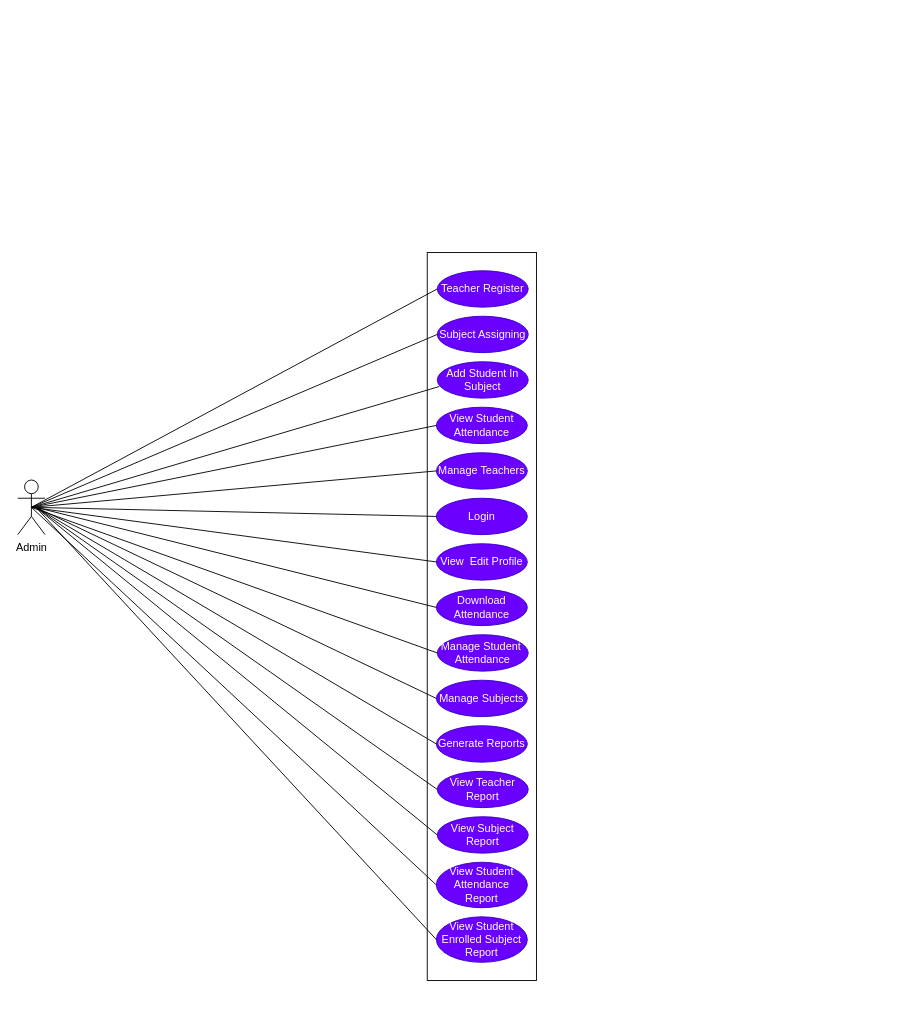
Before: final_systen_case.drawio in Muradali-786/fyp-thesis, a draw.io diagram. Source tidied: cells renumbered, new cells numbered last; positions are measured from the earlier drawing's top-left corner, leaving out a move shared by most shapes. Both pictures are drawn from the tidied source at 91%, with x=0, y=0 at pixel (17, 252).
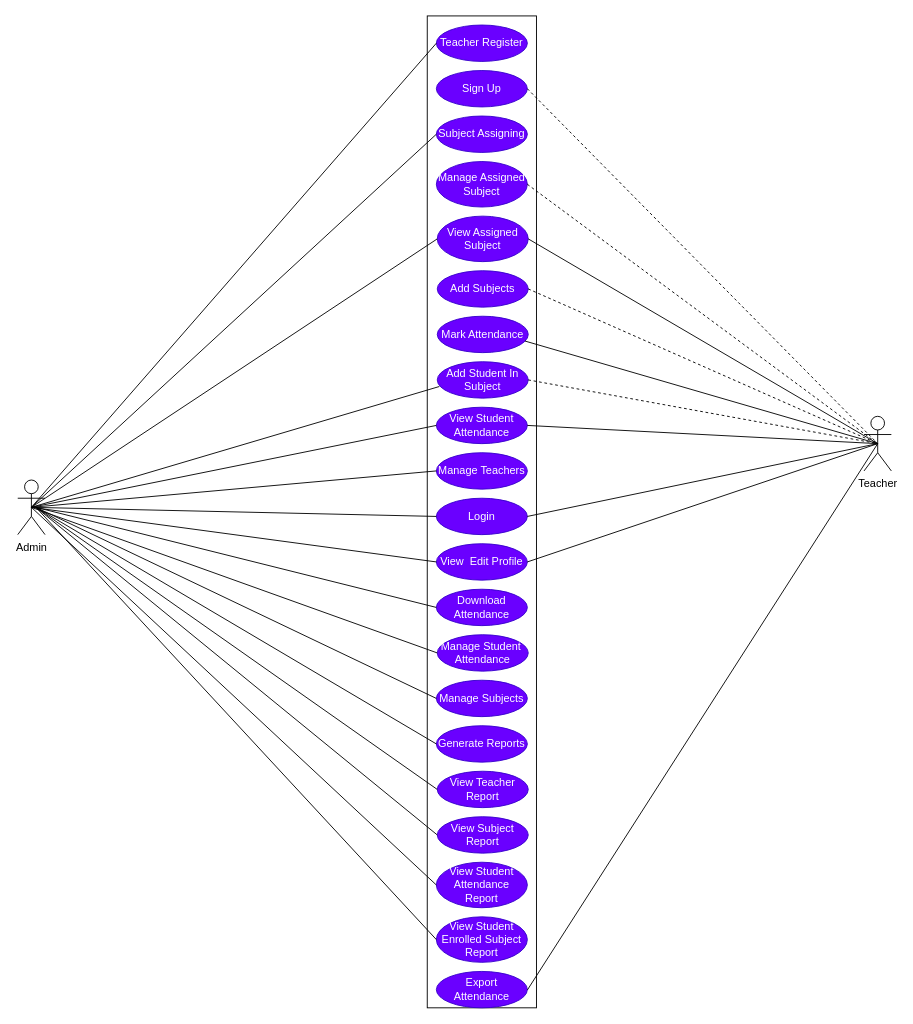
After the change.

Commit message (it also covers changes not shown here):
erd and thesis re-correct

The change refers to these unchanged cells:
```xml
<mxCell id="5" value="Add Student In Subject" style="ellipse;whiteSpace=wrap;html=1;align=center;newEdgeStyle={&quot;edgeStyle&quot;:&quot;entityRelationEdgeStyle&quot;,&quot;startArrow&quot;:&quot;none&quot;,&quot;endArrow&quot;:&quot;none&quot;,&quot;segment&quot;:10,&quot;curved&quot;:1,&quot;sourcePerimeterSpacing&quot;:0,&quot;targetPerimeterSpacing&quot;:0};fillColor=#6a00ff;fontColor=#ffffff;strokeColor=#3700CC;" parent="1" vertex="1">
  <mxGeometry x="461" y="120" width="100" height="40" as="geometry" />
</mxCell>
<mxCell id="6" value="View Student Attendance" style="ellipse;whiteSpace=wrap;html=1;align=center;newEdgeStyle={&quot;edgeStyle&quot;:&quot;entityRelationEdgeStyle&quot;,&quot;startArrow&quot;:&quot;none&quot;,&quot;endArrow&quot;:&quot;none&quot;,&quot;segment&quot;:10,&quot;curved&quot;:1,&quot;sourcePerimeterSpacing&quot;:0,&quot;targetPerimeterSpacing&quot;:0};fillColor=#6a00ff;fontColor=#ffffff;strokeColor=#3700CC;" parent="1" vertex="1">
  <mxGeometry x="460" y="170" width="100" height="40" as="geometry" />
</mxCell>
<mxCell id="8" value="Login" style="ellipse;whiteSpace=wrap;html=1;align=center;newEdgeStyle={&quot;edgeStyle&quot;:&quot;entityRelationEdgeStyle&quot;,&quot;startArrow&quot;:&quot;none&quot;,&quot;endArrow&quot;:&quot;none&quot;,&quot;segment&quot;:10,&quot;curved&quot;:1,&quot;sourcePerimeterSpacing&quot;:0,&quot;targetPerimeterSpacing&quot;:0};fillColor=#6a00ff;fontColor=#ffffff;strokeColor=#3700CC;" parent="1" vertex="1">
  <mxGeometry x="460" y="270" width="100" height="40" as="geometry" />
</mxCell>
<mxCell id="9" value="View&amp;nbsp; Edit Profile" style="ellipse;whiteSpace=wrap;html=1;align=center;newEdgeStyle={&quot;edgeStyle&quot;:&quot;entityRelationEdgeStyle&quot;,&quot;startArrow&quot;:&quot;none&quot;,&quot;endArrow&quot;:&quot;none&quot;,&quot;segment&quot;:10,&quot;curved&quot;:1,&quot;sourcePerimeterSpacing&quot;:0,&quot;targetPerimeterSpacing&quot;:0};fillColor=#6a00ff;fontColor=#ffffff;strokeColor=#3700CC;" parent="1" vertex="1">
  <mxGeometry x="460" y="320" width="100" height="40" as="geometry" />
</mxCell>
<mxCell id="17" value="Admin" style="shape=umlActor;verticalLabelPosition=bottom;verticalAlign=top;html=1;outlineConnect=0;" parent="1" vertex="1">
  <mxGeometry y="250" width="30" height="60" as="geometry" />
</mxCell>
```

Diff of the diagram source:
```diff
@@
     <mxCell id="2" style="rounded=0;whiteSpace=wrap;html=1;" parent="1" vertex="1">
-      <mxGeometry x="450" width="120" height="800" as="geometry" />
+      <mxGeometry x="450" y="-260" width="120" height="1090" as="geometry" />
     </mxCell>
     <mxCell id="3" value="Teacher Register" style="ellipse;whiteSpace=wrap;html=1;align=center;newEdgeStyle={&quot;edgeStyle&quot;:&quot;entityRelationEdgeStyle&quot;,&quot;startArrow&quot;:&quot;none&quot;,&quot;endArrow&quot;:&quot;none&quot;,&quot;segment&quot;:10,&quot;curved&quot;:1,&quot;sourcePerimeterSpacing&quot;:0,&quot;targetPerimeterSpacing&quot;:0};fillColor=#6a00ff;fontColor=#ffffff;strokeColor=#3700CC;" parent="1" vertex="1">
-      <mxGeometry x="461" y="20" width="100" height="40" as="geometry" />
+      <mxGeometry x="460" y="-250" width="100" height="40" as="geometry" />
     </mxCell>
     <mxCell id="4" value="Subject Assigning" style="ellipse;whiteSpace=wrap;html=1;align=center;newEdgeStyle={&quot;edgeStyle&quot;:&quot;entityRelationEdgeStyle&quot;,&quot;startArrow&quot;:&quot;none&quot;,&quot;endArrow&quot;:&quot;none&quot;,&quot;segment&quot;:10,&quot;curved&quot;:1,&quot;sourcePerimeterSpacing&quot;:0,&quot;targetPerimeterSpacing&quot;:0};fillColor=#6a00ff;fontColor=#ffffff;strokeColor=#3700CC;" parent="1" vertex="1">
-      <mxGeometry x="461" y="70" width="100" height="40" as="geometry" />
+      <mxGeometry x="460" y="-150" width="100" height="40" as="geometry" />
     </mxCell>
@@
+    <mxCell id="34" value="Sign Up" style="ellipse;whiteSpace=wrap;html=1;align=center;newEdgeStyle={&quot;edgeStyle&quot;:&quot;entityRelationEdgeStyle&quot;,&quot;startArrow&quot;:&quot;none&quot;,&quot;endArrow&quot;:&quot;none&quot;,&quot;segment&quot;:10,&quot;curved&quot;:1,&quot;sourcePerimeterSpacing&quot;:0,&quot;targetPerimeterSpacing&quot;:0};fillColor=#6a00ff;fontColor=#ffffff;strokeColor=#3700CC;" parent="1" vertex="1">
+      <mxGeometry x="460" y="-200" width="100" height="40" as="geometry" />
+    </mxCell>
+    <mxCell id="35" value="Add Subjects" style="ellipse;whiteSpace=wrap;html=1;align=center;newEdgeStyle={&quot;edgeStyle&quot;:&quot;entityRelationEdgeStyle&quot;,&quot;startArrow&quot;:&quot;none&quot;,&quot;endArrow&quot;:&quot;none&quot;,&quot;segment&quot;:10,&quot;curved&quot;:1,&quot;sourcePerimeterSpacing&quot;:0,&quot;targetPerimeterSpacing&quot;:0};fillColor=#6a00ff;fontColor=#ffffff;strokeColor=#3700CC;" parent="1" vertex="1">
+      <mxGeometry x="461" y="20" width="100" height="40" as="geometry" />
+    </mxCell>
+    <mxCell id="36" value="Mark Attendance" style="ellipse;whiteSpace=wrap;html=1;align=center;newEdgeStyle={&quot;edgeStyle&quot;:&quot;entityRelationEdgeStyle&quot;,&quot;startArrow&quot;:&quot;none&quot;,&quot;endArrow&quot;:&quot;none&quot;,&quot;segment&quot;:10,&quot;curved&quot;:1,&quot;sourcePerimeterSpacing&quot;:0,&quot;targetPerimeterSpacing&quot;:0};fillColor=#6a00ff;fontColor=#ffffff;strokeColor=#3700CC;" parent="1" vertex="1">
+      <mxGeometry x="461" y="70" width="100" height="40" as="geometry" />
+    </mxCell>
+    <mxCell id="37" value="Export Attendance" style="ellipse;whiteSpace=wrap;html=1;align=center;newEdgeStyle={&quot;edgeStyle&quot;:&quot;entityRelationEdgeStyle&quot;,&quot;startArrow&quot;:&quot;none&quot;,&quot;endArrow&quot;:&quot;none&quot;,&quot;segment&quot;:10,&quot;curved&quot;:1,&quot;sourcePerimeterSpacing&quot;:0,&quot;targetPerimeterSpacing&quot;:0};fillColor=#6a00ff;fontColor=#ffffff;strokeColor=#3700CC;" parent="1" vertex="1">
+      <mxGeometry x="460" y="790" width="100" height="40" as="geometry" />
+    </mxCell>
+    <mxCell id="38" value="Manage Assigned Subject" style="ellipse;whiteSpace=wrap;html=1;align=center;newEdgeStyle={&quot;edgeStyle&quot;:&quot;entityRelationEdgeStyle&quot;,&quot;startArrow&quot;:&quot;none&quot;,&quot;endArrow&quot;:&quot;none&quot;,&quot;segment&quot;:10,&quot;curved&quot;:1,&quot;sourcePerimeterSpacing&quot;:0,&quot;targetPerimeterSpacing&quot;:0};fillColor=#6a00ff;fontColor=#ffffff;strokeColor=#3700CC;" parent="1" vertex="1">
+      <mxGeometry x="460" y="-100" width="100" height="50" as="geometry" />
+    </mxCell>
+    <mxCell id="39" value="View Assigned Subject" style="ellipse;whiteSpace=wrap;html=1;align=center;newEdgeStyle={&quot;edgeStyle&quot;:&quot;entityRelationEdgeStyle&quot;,&quot;startArrow&quot;:&quot;none&quot;,&quot;endArrow&quot;:&quot;none&quot;,&quot;segment&quot;:10,&quot;curved&quot;:1,&quot;sourcePerimeterSpacing&quot;:0,&quot;targetPerimeterSpacing&quot;:0};fillColor=#6a00ff;fontColor=#ffffff;strokeColor=#3700CC;" parent="1" vertex="1">
+      <mxGeometry x="461" y="-40" width="100" height="50" as="geometry" />
+    </mxCell>
+    <mxCell id="40" value="Teacher" style="shape=umlActor;verticalLabelPosition=bottom;verticalAlign=top;html=1;outlineConnect=0;" parent="1" vertex="1">
+      <mxGeometry x="930" y="180" width="30" height="60" as="geometry" />
+    </mxCell>
+    <mxCell id="41" style="endArrow=none;html=1;rounded=0;exitX=1;exitY=0.5;exitDx=0;exitDy=0;entryX=0.5;entryY=0.5;entryDx=0;entryDy=0;entryPerimeter=0;" parent="1" edge="1" source="39" target="40">
+      <mxGeometry relative="1" as="geometry" />
+    </mxCell>
+    <mxCell id="42" style="endArrow=none;html=1;rounded=0;exitX=0.963;exitY=0.681;exitDx=0;exitDy=0;exitPerimeter=0;entryX=0.5;entryY=0.5;entryDx=0;entryDy=0;entryPerimeter=0;" parent="1" edge="1" source="36" target="40">
+      <mxGeometry relative="1" as="geometry" />
+    </mxCell>
+    <mxCell id="43" style="endArrow=none;html=1;rounded=0;exitX=1;exitY=0.5;exitDx=0;exitDy=0;entryX=0.5;entryY=0.5;entryDx=0;entryDy=0;entryPerimeter=0;" parent="1" edge="1" source="6" target="40">
+      <mxGeometry relative="1" as="geometry" />
+    </mxCell>
+    <mxCell id="44" style="endArrow=none;html=1;rounded=0;exitX=1;exitY=0.5;exitDx=0;exitDy=0;entryX=0.5;entryY=0.5;entryDx=0;entryDy=0;entryPerimeter=0;" parent="1" edge="1" source="8" target="40">
+      <mxGeometry relative="1" as="geometry" />
+    </mxCell>
+    <mxCell id="45" style="endArrow=none;html=1;rounded=0;exitX=1;exitY=0.5;exitDx=0;exitDy=0;entryX=0.5;entryY=0.5;entryDx=0;entryDy=0;entryPerimeter=0;" parent="1" edge="1" source="9" target="40">
+      <mxGeometry relative="1" as="geometry" />
+    </mxCell>
+    <mxCell id="46" style="endArrow=none;dashed=1;html=1;rounded=0;exitX=1;exitY=0.5;exitDx=0;exitDy=0;entryX=0.5;entryY=0.5;entryDx=0;entryDy=0;entryPerimeter=0;" parent="1" edge="1" source="35" target="40">
+      <mxGeometry relative="1" as="geometry" />
+    </mxCell>
+    <mxCell id="47" style="endArrow=none;dashed=1;html=1;rounded=0;exitX=1;exitY=0.5;exitDx=0;exitDy=0;entryX=0.5;entryY=0.5;entryDx=0;entryDy=0;entryPerimeter=0;" parent="1" edge="1" source="34" target="40">
+      <mxGeometry relative="1" as="geometry" />
+    </mxCell>
+    <mxCell id="48" style="endArrow=none;dashed=1;html=1;rounded=0;exitX=1;exitY=0.5;exitDx=0;exitDy=0;entryX=0.5;entryY=0.5;entryDx=0;entryDy=0;entryPerimeter=0;" parent="1" edge="1" source="38" target="40">
+      <mxGeometry relative="1" as="geometry" />
+    </mxCell>
+    <mxCell id="49" style="endArrow=none;dashed=1;html=1;rounded=0;exitX=1;exitY=0.5;exitDx=0;exitDy=0;entryX=0.5;entryY=0.5;entryDx=0;entryDy=0;entryPerimeter=0;" parent="1" edge="1" source="5" target="40">
+      <mxGeometry relative="1" as="geometry" />
+    </mxCell>
+    <mxCell id="50" style="endArrow=none;html=1;rounded=0;exitX=0.917;exitY=0.982;exitDx=0;exitDy=0;exitPerimeter=0;entryX=0.5;entryY=0.5;entryDx=0;entryDy=0;entryPerimeter=0;" parent="1" edge="1" source="2" target="40">
+      <mxGeometry relative="1" as="geometry" />
+    </mxCell>
+    <mxCell id="51" style="endArrow=none;html=1;rounded=0;entryX=0;entryY=0.5;entryDx=0;entryDy=0;exitX=0.5;exitY=0.5;exitDx=0;exitDy=0;exitPerimeter=0;" parent="1" edge="1" source="17" target="39">
+      <mxGeometry relative="1" as="geometry" />
+    </mxCell>
```
